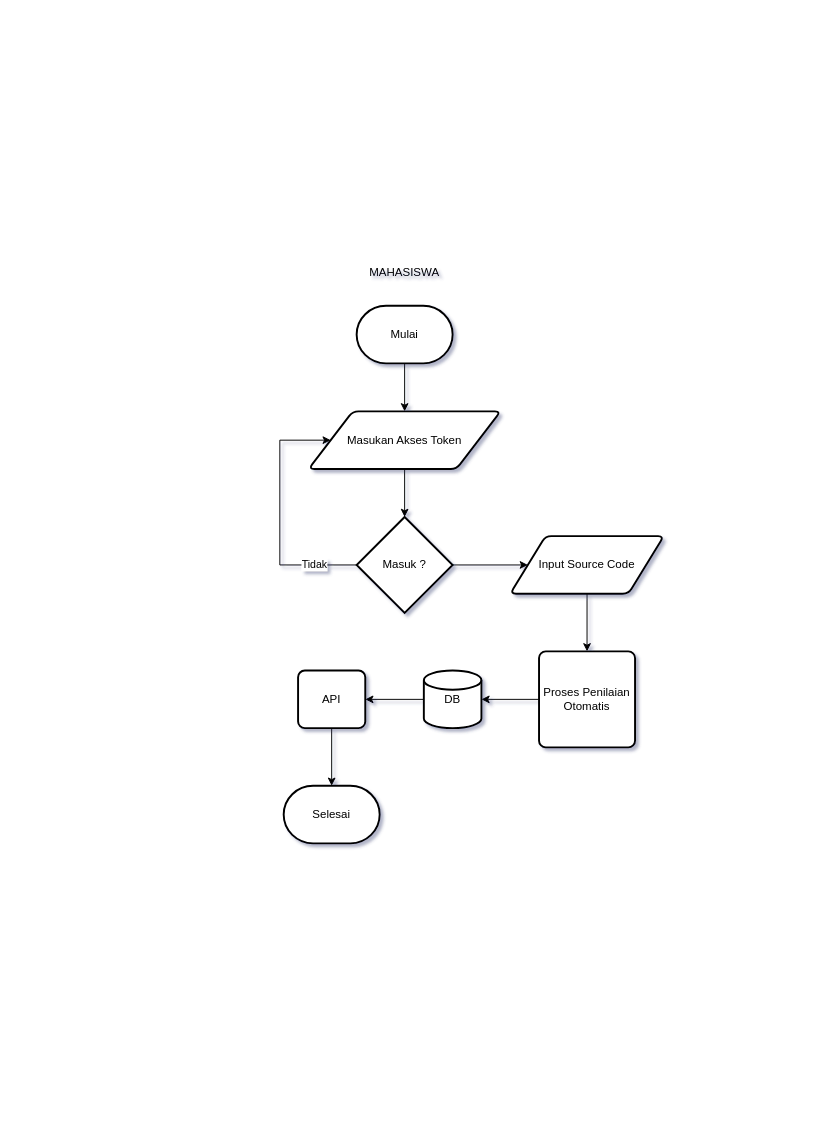
Earlier version of the draw.io diagram page "flowchart-sistem (programmers)" (3 of 6) of desain/flowchart-sistem.drawio (fsdio/project-skripsi). Source tidied: cells renumbered, new cells numbered last; positions are measured from the earlier drawing's top-left corner, leaving out a move shared by most shapes. Both pictures are drawn from the tidied source at 96%, with x=0, y=0 at pixel (279, 257).
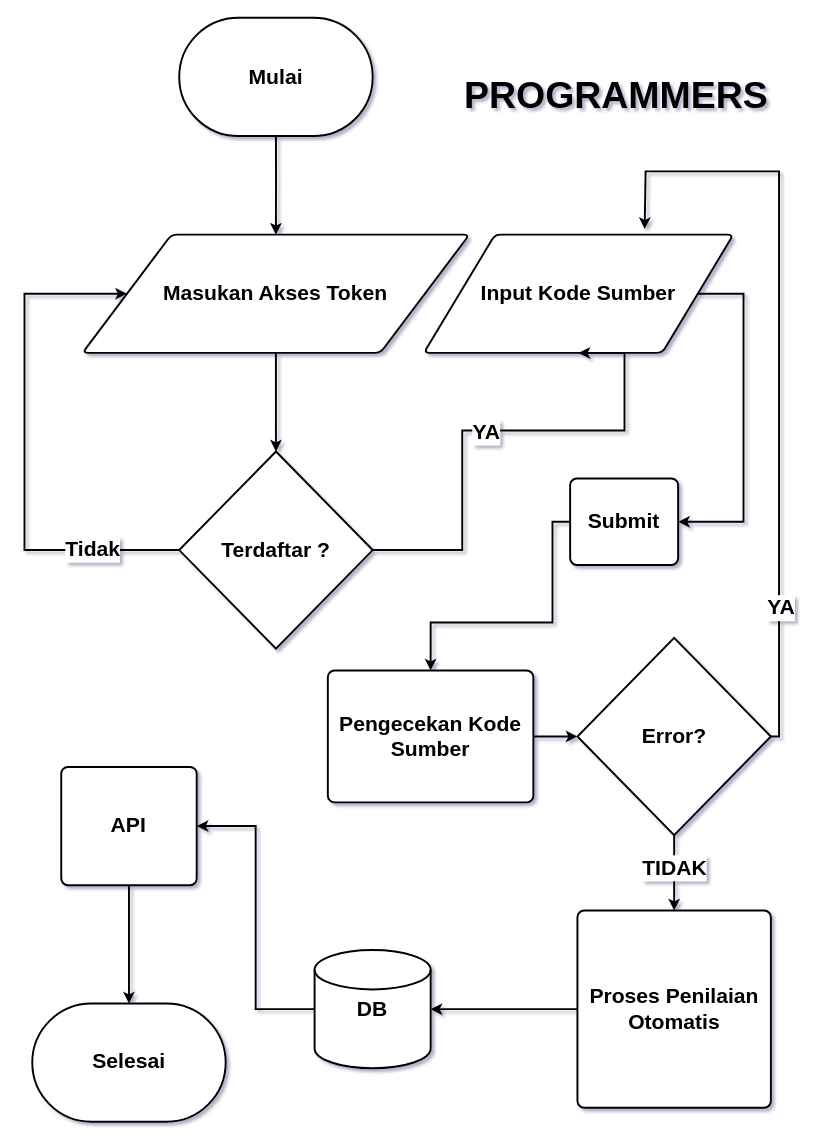
After the change.

Diff of the diagram source:
```diff
@@
-    <mxCell id="2" value="MAHASISWA" style="text;html=1;strokeColor=none;fillColor=none;align=center;verticalAlign=middle;whiteSpace=wrap;rounded=0;" parent="1" vertex="1">
-      <mxGeometry x="100" width="60" height="30" as="geometry" />
+    <mxCell id="2" value="&lt;font style=&quot;font-size: 39px;&quot;&gt;PROGRAMMERS&lt;/font&gt;" style="text;html=1;strokeColor=none;fillColor=none;align=center;verticalAlign=middle;whiteSpace=wrap;rounded=0;fontStyle=1;" parent="1" vertex="1">
+      <mxGeometry x="290" y="-200" width="120.9" height="61.6" as="geometry" />
     </mxCell>
-    <mxCell id="3" style="edgeStyle=orthogonalEdgeStyle;rounded=0;jettySize=auto;html=1;exitX=0.5;exitY=1;exitDx=0;exitDy=0;exitPerimeter=0;" parent="1" edge="1" source="4" target="5">
-      <mxGeometry relative="1" as="geometry" />
-    </mxCell>
-    <mxCell id="4" value="Mulai" style="strokeWidth=2;html=1;shape=mxgraph.flowchart.terminator;whiteSpace=wrap;" parent="1" vertex="1">
-      <mxGeometry x="80" y="50" width="100" height="60" as="geometry" />
+    <mxCell id="4" value="Mulai" style="strokeWidth=2;html=1;shape=mxgraph.flowchart.terminator;whiteSpace=wrap;fontStyle=1;fontSize=22;" parent="1" vertex="1">
+      <mxGeometry x="-104.8" y="-250" width="201.5" height="123.2" as="geometry" />
     </mxCell>
-    <mxCell id="5" value="Masukan Akses Token" style="shape=parallelogram;html=1;strokeWidth=2;perimeter=parallelogramPerimeter;whiteSpace=wrap;rounded=1;arcSize=12;size=0.23;" parent="1" vertex="1">
-      <mxGeometry x="30" y="160" width="200" height="60" as="geometry" />
+    <mxCell id="5" value="Masukan Akses Token" style="shape=parallelogram;html=1;strokeWidth=2;perimeter=parallelogramPerimeter;whiteSpace=wrap;rounded=1;arcSize=12;size=0.23;fontStyle=1;fontSize=22;" parent="1" vertex="1">
+      <mxGeometry x="-205.6" y="-24.1" width="403" height="123.2" as="geometry" />
     </mxCell>
+    <mxCell id="3" style="edgeStyle=orthogonalEdgeStyle;rounded=0;jettySize=auto;html=1;exitX=0.5;exitY=1;exitDx=0;exitDy=0;exitPerimeter=0;fontStyle=1;fontSize=22;strokeWidth=2;" parent="1" edge="1" source="4" target="5">
+      <mxGeometry relative="1" as="geometry" />
+    </mxCell>
-    <mxCell id="6" style="edgeStyle=orthogonalEdgeStyle;rounded=0;jettySize=auto;html=1;exitX=0;exitY=0.5;exitDx=0;exitDy=0;exitPerimeter=0;entryX=0;entryY=0.5;entryDx=0;entryDy=0;" parent="1" edge="1" source="9" target="5">
+    <mxCell id="6" style="edgeStyle=orthogonalEdgeStyle;rounded=0;jettySize=auto;html=1;exitX=0;exitY=0.5;exitDx=0;exitDy=0;exitPerimeter=0;entryX=0;entryY=0.5;entryDx=0;entryDy=0;fontStyle=1;fontSize=22;strokeWidth=2;" parent="1" edge="1" source="9" target="5">
       <mxGeometry relative="1" as="geometry">
         <Array as="points">
-          <mxPoint y="320" />
-          <mxPoint y="190" />
+          <mxPoint x="-266" y="304.5" />
+          <mxPoint x="-266" y="37.5" />
         </Array>
       </mxGeometry>
     </mxCell>
-    <mxCell id="7" value="Tidak" style="edgeLabel;html=1;align=center;verticalAlign=middle;" parent="6" vertex="1">
+    <mxCell id="7" value="Tidak" style="edgeLabel;html=1;align=center;verticalAlign=middle;fontStyle=1;fontSize=22;" parent="6" vertex="1">
       <mxGeometry x="-0.66" y="1" relative="1" as="geometry">
         <mxPoint y="-2" as="offset" />
       </mxGeometry>
     </mxCell>
-    <mxCell id="8" style="edgeStyle=orthogonalEdgeStyle;rounded=0;jettySize=auto;html=1;exitX=1;exitY=0.5;exitDx=0;exitDy=0;exitPerimeter=0;entryX=0;entryY=0.5;entryDx=0;entryDy=0;" parent="1" edge="1" source="9" target="12">
-      <mxGeometry relative="1" as="geometry" />
-    </mxCell>
-    <mxCell id="9" value="Masuk ?" style="strokeWidth=2;html=1;shape=mxgraph.flowchart.decision;whiteSpace=wrap;" parent="1" vertex="1">
-      <mxGeometry x="80" y="270" width="100" height="100" as="geometry" />
+    <mxCell id="9" value="Terdaftar ?" style="strokeWidth=2;html=1;shape=mxgraph.flowchart.decision;whiteSpace=wrap;fontStyle=1;fontSize=22;" parent="1" vertex="1">
+      <mxGeometry x="-104.8" y="201.8" width="201.5" height="205.4" as="geometry" />
     </mxCell>
-    <mxCell id="10" style="edgeStyle=orthogonalEdgeStyle;rounded=0;jettySize=auto;html=1;exitX=0.5;exitY=1;exitDx=0;exitDy=0;entryX=0.5;entryY=0;entryDx=0;entryDy=0;entryPerimeter=0;" parent="1" edge="1" source="5" target="9">
+    <mxCell id="10" style="edgeStyle=orthogonalEdgeStyle;rounded=0;jettySize=auto;html=1;exitX=0.5;exitY=1;exitDx=0;exitDy=0;entryX=0.5;entryY=0;entryDx=0;entryDy=0;entryPerimeter=0;fontStyle=1;fontSize=22;strokeWidth=2;" parent="1" edge="1" source="5" target="9">
       <mxGeometry relative="1" as="geometry" />
     </mxCell>
-    <mxCell id="11" style="edgeStyle=orthogonalEdgeStyle;rounded=0;jettySize=auto;html=1;exitX=0.5;exitY=1;exitDx=0;exitDy=0;entryX=0.5;entryY=0;entryDx=0;entryDy=0;" parent="1" edge="1" source="12" target="13">
-      <mxGeometry relative="1" as="geometry" />
-    </mxCell>
+    <mxCell id="20" style="edgeStyle=orthogonalEdgeStyle;rounded=0;jettySize=auto;html=1;exitX=1;exitY=0.5;exitDx=0;exitDy=0;entryX=1;entryY=0.5;entryDx=0;entryDy=0;strokeWidth=2;" parent="1" edge="1" source="12" target="23">
+      <mxGeometry relative="1" as="geometry">
+        <Array as="points">
+          <mxPoint x="483" y="275" />
+        </Array>
+      </mxGeometry>
+    </mxCell>
-    <mxCell id="12" value="Input Source Code" style="shape=parallelogram;html=1;strokeWidth=2;perimeter=parallelogramPerimeter;whiteSpace=wrap;rounded=1;arcSize=12;size=0.23;" parent="1" vertex="1">
-      <mxGeometry x="240" y="290" width="160" height="60" as="geometry" />
+    <mxCell id="12" value="Input Kode Sumber" style="shape=parallelogram;html=1;strokeWidth=2;perimeter=parallelogramPerimeter;whiteSpace=wrap;rounded=1;arcSize=12;size=0.23;fontStyle=1;fontSize=22;" parent="1" vertex="1">
+      <mxGeometry x="150" y="-24.1" width="322.4" height="123.2" as="geometry" />
     </mxCell>
+    <mxCell id="8" style="edgeStyle=orthogonalEdgeStyle;rounded=0;jettySize=auto;html=1;exitX=1;exitY=0.5;exitDx=0;exitDy=0;exitPerimeter=0;entryX=0.5;entryY=1;entryDx=0;entryDy=0;fontStyle=1;fontSize=22;strokeWidth=2;" parent="1" edge="1" source="9" target="12">
+      <mxGeometry relative="1" as="geometry">
+        <Array as="points">
+          <mxPoint x="190" y="305" />
+          <mxPoint x="190" y="180" />
+          <mxPoint x="359" y="180" />
+        </Array>
+      </mxGeometry>
+    </mxCell>
+    <mxCell id="21" value="&lt;b style=&quot;font-size: 22px;&quot;&gt;YA&lt;/b&gt;" style="edgeLabel;html=1;align=center;verticalAlign=middle;fontSize=22;" parent="8" vertex="1">
+      <mxGeometry x="-0.06" y="-1" relative="1" as="geometry" />
+    </mxCell>
-    <mxCell id="13" value="Proses Penilaian Otomatis" style="rounded=1;whiteSpace=wrap;html=1;absoluteArcSize=1;arcSize=14;strokeWidth=2;" parent="1" vertex="1">
-      <mxGeometry x="270" y="410" width="100" height="100" as="geometry" />
+    <mxCell id="13" value="Proses Penilaian Otomatis" style="rounded=1;whiteSpace=wrap;html=1;absoluteArcSize=1;arcSize=14;strokeWidth=2;fontStyle=1;fontSize=22;" parent="1" vertex="1">
+      <mxGeometry x="310" y="680" width="201.5" height="205.4" as="geometry" />
     </mxCell>
-    <mxCell id="14" style="edgeStyle=orthogonalEdgeStyle;rounded=0;jettySize=auto;html=1;exitX=0;exitY=0.5;exitDx=0;exitDy=0;exitPerimeter=0;entryX=1;entryY=0.5;entryDx=0;entryDy=0;" parent="1" edge="1" source="15" target="16">
-      <mxGeometry relative="1" as="geometry" />
-    </mxCell>
-    <mxCell id="15" value="DB" style="strokeWidth=2;html=1;shape=mxgraph.flowchart.database;whiteSpace=wrap;" parent="1" vertex="1">
-      <mxGeometry x="150" y="430" width="60" height="60" as="geometry" />
+    <mxCell id="15" value="DB" style="strokeWidth=2;html=1;shape=mxgraph.flowchart.database;whiteSpace=wrap;fontStyle=1;fontSize=22;" parent="1" vertex="1">
+      <mxGeometry x="36.2" y="721.1" width="120.9" height="123.2" as="geometry" />
     </mxCell>
-    <mxCell id="16" value="API" style="rounded=1;whiteSpace=wrap;html=1;absoluteArcSize=1;arcSize=14;strokeWidth=2;" parent="1" vertex="1">
-      <mxGeometry x="19" y="430" width="70" height="60" as="geometry" />
+    <mxCell id="16" value="API" style="rounded=1;whiteSpace=wrap;html=1;absoluteArcSize=1;arcSize=14;strokeWidth=2;fontStyle=1;fontSize=22;" parent="1" vertex="1">
+      <mxGeometry x="-227.7" y="530.4" width="141.1" height="123.2" as="geometry" />
     </mxCell>
+    <mxCell id="14" style="edgeStyle=orthogonalEdgeStyle;rounded=0;jettySize=auto;html=1;exitX=0;exitY=0.5;exitDx=0;exitDy=0;exitPerimeter=0;entryX=1;entryY=0.5;entryDx=0;entryDy=0;fontStyle=1;fontSize=22;strokeWidth=2;" parent="1" edge="1" source="15" target="16">
+      <mxGeometry relative="1" as="geometry" />
+    </mxCell>
-    <mxCell id="17" style="edgeStyle=orthogonalEdgeStyle;rounded=0;jettySize=auto;html=1;exitX=0;exitY=0.5;exitDx=0;exitDy=0;entryX=1;entryY=0.5;entryDx=0;entryDy=0;entryPerimeter=0;" parent="1" edge="1" source="13" target="15">
+    <mxCell id="17" style="edgeStyle=orthogonalEdgeStyle;rounded=0;jettySize=auto;html=1;exitX=0;exitY=0.5;exitDx=0;exitDy=0;entryX=1;entryY=0.5;entryDx=0;entryDy=0;entryPerimeter=0;fontStyle=1;fontSize=22;strokeWidth=2;" parent="1" edge="1" source="13" target="15">
       <mxGeometry relative="1" as="geometry" />
     </mxCell>
-    <mxCell id="18" value="Selesai" style="strokeWidth=2;html=1;shape=mxgraph.flowchart.terminator;whiteSpace=wrap;" parent="1" vertex="1">
-      <mxGeometry x="4" y="550" width="100" height="60" as="geometry" />
+    <mxCell id="18" value="Selesai" style="strokeWidth=2;html=1;shape=mxgraph.flowchart.terminator;whiteSpace=wrap;fontStyle=1;fontSize=22;" parent="1" vertex="1">
+      <mxGeometry x="-257.9" y="776.8" width="201.5" height="123.2" as="geometry" />
     </mxCell>
-    <mxCell id="19" style="edgeStyle=orthogonalEdgeStyle;rounded=0;jettySize=auto;html=1;exitX=0.5;exitY=1;exitDx=0;exitDy=0;entryX=0.5;entryY=0;entryDx=0;entryDy=0;entryPerimeter=0;" parent="1" edge="1" source="16" target="18">
+    <mxCell id="19" style="edgeStyle=orthogonalEdgeStyle;rounded=0;jettySize=auto;html=1;exitX=0.5;exitY=1;exitDx=0;exitDy=0;entryX=0.5;entryY=0;entryDx=0;entryDy=0;entryPerimeter=0;fontStyle=1;fontSize=22;strokeWidth=2;" parent="1" edge="1" source="16" target="18">
       <mxGeometry relative="1" as="geometry" />
     </mxCell>
+    <mxCell id="22" style="edgeStyle=orthogonalEdgeStyle;rounded=0;jettySize=auto;html=1;entryX=0.5;entryY=0;entryDx=0;entryDy=0;strokeWidth=2;" parent="1" edge="1" source="23" target="24">
+      <mxGeometry relative="1" as="geometry">
+        <Array as="points">
+          <mxPoint x="284" y="275" />
+          <mxPoint x="284" y="380" />
+          <mxPoint x="157" y="380" />
+        </Array>
+      </mxGeometry>
+    </mxCell>
+    <mxCell id="23" value="Submit" style="rounded=1;whiteSpace=wrap;html=1;absoluteArcSize=1;arcSize=14;strokeWidth=2;fontStyle=1;fontSize=22;" parent="1" vertex="1">
+      <mxGeometry x="302.4" y="230" width="112.5" height="90" as="geometry" />
+    </mxCell>
+    <mxCell id="24" value="&lt;font style=&quot;font-size: 22px;&quot;&gt;Pengecekan Kode Sumber&lt;/font&gt;" style="rounded=1;whiteSpace=wrap;html=1;absoluteArcSize=1;arcSize=14;strokeWidth=2;fontStyle=1;fontSize=15;" parent="1" vertex="1">
+      <mxGeometry x="50" y="430" width="214.1" height="137.3" as="geometry" />
+    </mxCell>
+    <mxCell id="25" style="edgeStyle=orthogonalEdgeStyle;rounded=0;jettySize=auto;html=1;exitX=1;exitY=0.5;exitDx=0;exitDy=0;exitPerimeter=0;strokeWidth=2;" parent="1" edge="1" source="29">
+      <mxGeometry relative="1" as="geometry">
+        <mxPoint x="380" y="-30" as="targetPoint" />
+        <Array as="points">
+          <mxPoint x="520" y="499" />
+          <mxPoint x="520" y="-90" />
+          <mxPoint x="381" y="-90" />
+        </Array>
+      </mxGeometry>
+    </mxCell>
+    <mxCell id="26" value="YA" style="edgeLabel;html=1;align=center;verticalAlign=middle;fontSize=22;fontStyle=1;" parent="25" vertex="1">
+      <mxGeometry x="-0.64" y="-1" relative="1" as="geometry" />
+    </mxCell>
+    <mxCell id="27" style="edgeStyle=orthogonalEdgeStyle;rounded=0;jettySize=auto;html=1;exitX=0.5;exitY=1;exitDx=0;exitDy=0;exitPerimeter=0;entryX=0.5;entryY=0;entryDx=0;entryDy=0;strokeWidth=2;" parent="1" edge="1" source="29" target="13">
+      <mxGeometry relative="1" as="geometry" />
+    </mxCell>
+    <mxCell id="28" value="&lt;b style=&quot;font-size: 22px;&quot;&gt;&lt;font style=&quot;font-size: 22px;&quot;&gt;TIDAK&lt;/font&gt;&lt;/b&gt;" style="edgeLabel;html=1;align=center;verticalAlign=middle;fontSize=22;" parent="27" vertex="1">
+      <mxGeometry x="-0.14" relative="1" as="geometry" />
+    </mxCell>
+    <mxCell id="29" value="Error?" style="strokeWidth=2;html=1;shape=mxgraph.flowchart.decision;whiteSpace=wrap;fontStyle=1;fontSize=22;" parent="1" vertex="1">
+      <mxGeometry x="310" y="396" width="201.5" height="205.4" as="geometry" />
+    </mxCell>
+    <mxCell id="30" style="edgeStyle=orthogonalEdgeStyle;rounded=0;jettySize=auto;html=1;exitX=1;exitY=0.5;exitDx=0;exitDy=0;entryX=0;entryY=0.5;entryDx=0;entryDy=0;entryPerimeter=0;strokeWidth=2;" parent="1" edge="1" source="24" target="29">
+      <mxGeometry relative="1" as="geometry" />
+    </mxCell>
```
